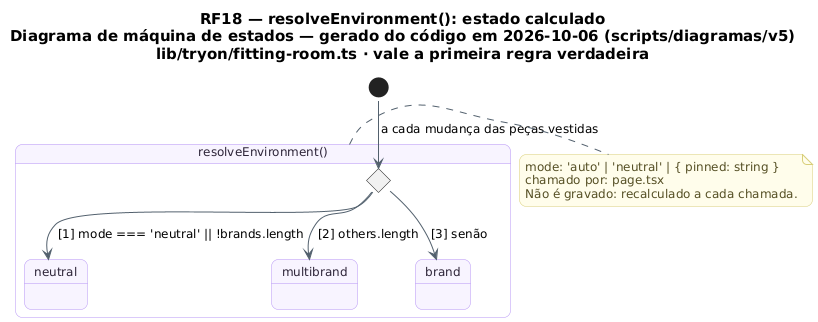
This is docs/diagramas/RF18/RF18_MaquinaDeEstados_Ambiente.png from MatheusHaliski/tcc-2026-fashion-ai-backend, a PlantUML export, as it was before one commit.
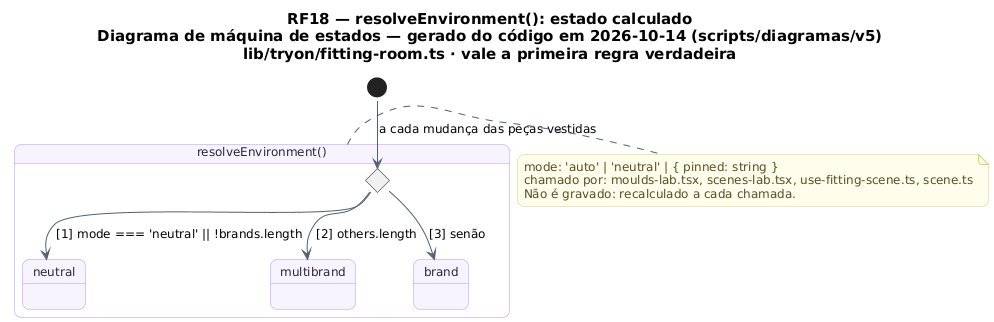
After the commit.

What changed in the source:
```diff
@@ -19,7 +19,7 @@
   StartColor #20A77A
   EndColor #4B5563
 }
-title RF18 — resolveEnvironment(): estado calculado\nDiagrama de máquina de estados — gerado do código em 2026-10-06 (scripts/diagramas/v5)\nlib/tryon/fitting-room.ts · vale a primeira regra verdadeira
+title RF18 — resolveEnvironment(): estado calculado\nDiagrama de máquina de estados — gerado do código em 2026-10-14 (scripts/diagramas/v5)\nlib/tryon/fitting-room.ts · vale a primeira regra verdadeira
 
 state "resolveEnvironment()" as C_resolveEnvironment {
   state C_resolveEnvironment_avaliar <<choice>>
@@ -33,7 +33,7 @@
 C_resolveEnvironment_avaliar --> C_resolveEnvironment_brand : [3] senão
 note right of C_resolveEnvironment
   mode: 'auto' | 'neutral' | { pinned: string }
-  chamado por: page.tsx
+  chamado por: moulds-lab.tsx, scenes-lab.tsx, use-fitting-scene.ts, scene.ts
   Não é gravado: recalculado a cada chamada.
 end note
 @enduml
```
